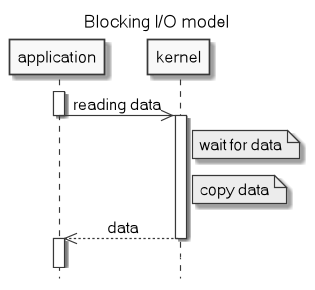
Before: .images/blocking_IO_model.png, a diagram exported from PlantUML (c0p4c4b4n4/demo-sockets-io-nio-nio2).
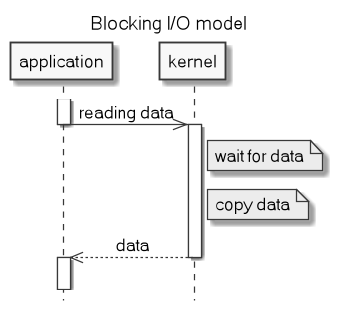
Later version of the same file.

Diff of the diagram source:
```diff
@@ -14,6 +14,6 @@
 kernel-->>application: data
 deactivate kernel
 activate application
-||2||
+||3||
 kernel -[#white]->]
 @enduml
```
